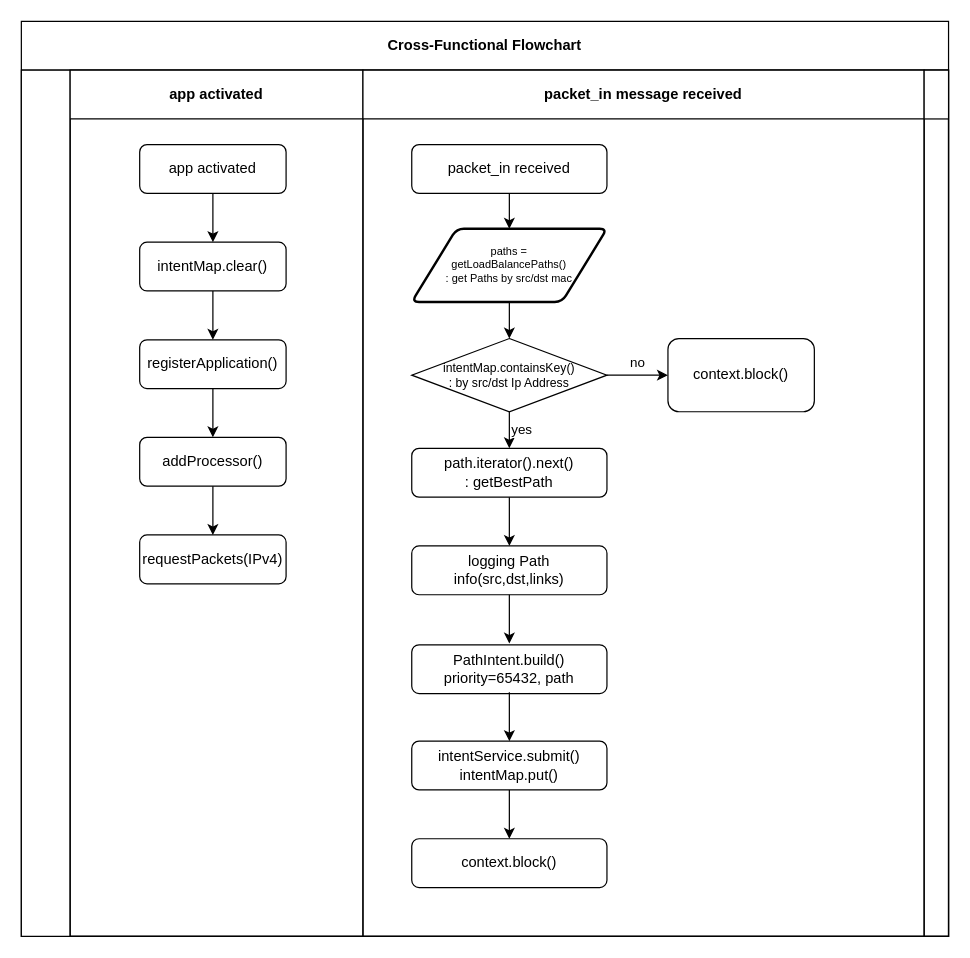
The draw.io diagram page "MaoRoutingManager" (1 of 2) of Untitled Diagram.drawio in gameLoading/blank__-, before the edit. Source tidied: cells renumbered, new cells numbered last; positions are measured from the earlier drawing's top-left corner, leaving out a move shared by most shapes. Both pictures are drawn from the tidied source at 122%, with x=0, y=0 at pixel (21, 21).
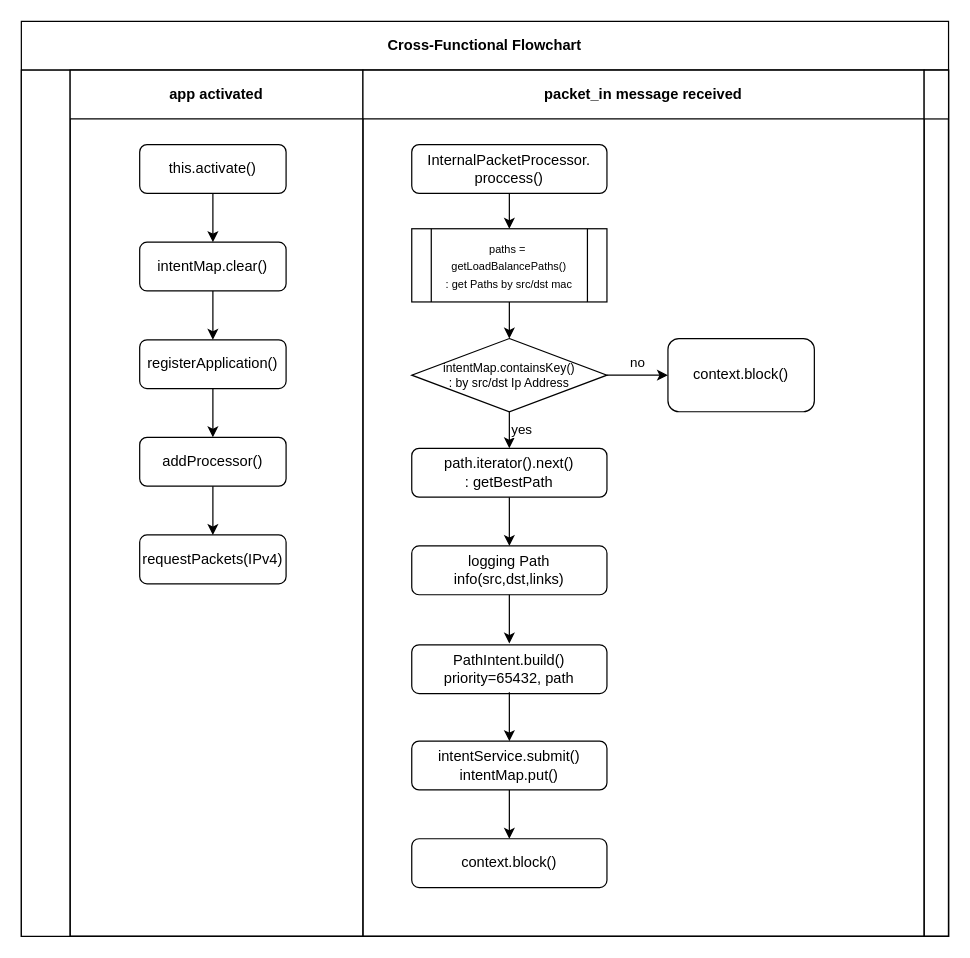
The same page after the edit.

Unchanged cells that the change refers to:
```xml
<mxCell id="4" value="app activated" style="swimlane;startSize=40;html=1;whiteSpace=wrap;" parent="3" vertex="1">
  <mxGeometry x="40" width="240" height="710" as="geometry" />
</mxCell>
<mxCell id="14" value="packet_in message received" style="swimlane;startSize=40;html=1;whiteSpace=wrap;" parent="3" vertex="1">
  <mxGeometry x="280" width="460" height="710" as="geometry" />
</mxCell>
```

What changed in the source:
```diff
@@
-    <mxCell id="5" value="app activated" style="rounded=1;whiteSpace=wrap;html=1;fontSize=12;glass=0;strokeWidth=1;shadow=0;" parent="4" vertex="1">
+    <mxCell id="5" value="this.activate()" style="rounded=1;whiteSpace=wrap;html=1;fontSize=12;glass=0;strokeWidth=1;shadow=0;" parent="4" vertex="1">
       <mxGeometry x="57" y="61" width="120" height="40" as="geometry" />
     </mxCell>
@@
-    <mxCell id="15" value="packet_in received" style="rounded=1;whiteSpace=wrap;html=1;fontSize=12;glass=0;strokeWidth=1;shadow=0;" parent="14" vertex="1">
+    <mxCell id="15" value="InternalPacketProcessor.&lt;br&gt;proccess()" style="rounded=1;whiteSpace=wrap;html=1;fontSize=12;glass=0;strokeWidth=1;shadow=0;" parent="14" vertex="1">
       <mxGeometry x="40" y="61" width="160" height="40" as="geometry" />
     </mxCell>
@@
-    <mxCell id="21" value="&lt;span style=&quot;font-size: 9px&quot;&gt;paths = &lt;br&gt;getLoadBalancePaths()&lt;/span&gt;&lt;br style=&quot;font-size: 9px&quot;&gt;&lt;span style=&quot;font-size: 9px&quot;&gt;: get Paths by src/dst mac&lt;/span&gt;" style="shape=parallelogram;html=1;strokeWidth=2;perimeter=parallelogramPerimeter;whiteSpace=wrap;rounded=1;arcSize=12;size=0.23;fontSize=9;" parent="14" vertex="1">
-      <mxGeometry x="40" y="130" width="160" height="60" as="geometry" />
-    </mxCell>
@@
+    <mxCell id="21" value="&lt;span style=&quot;font-size: 9px&quot;&gt;paths =&amp;nbsp;&lt;br&gt;getLoadBalancePaths()&lt;/span&gt;&lt;br style=&quot;font-size: 9px&quot;&gt;&lt;span style=&quot;font-size: 9px&quot;&gt;: get Paths by src/dst mac&lt;/span&gt;" style="shape=process;whiteSpace=wrap;html=1;backgroundOutline=1;" parent="14" vertex="1">
+      <mxGeometry x="40" y="130" width="160" height="60" as="geometry" />
+    </mxCell>
```
